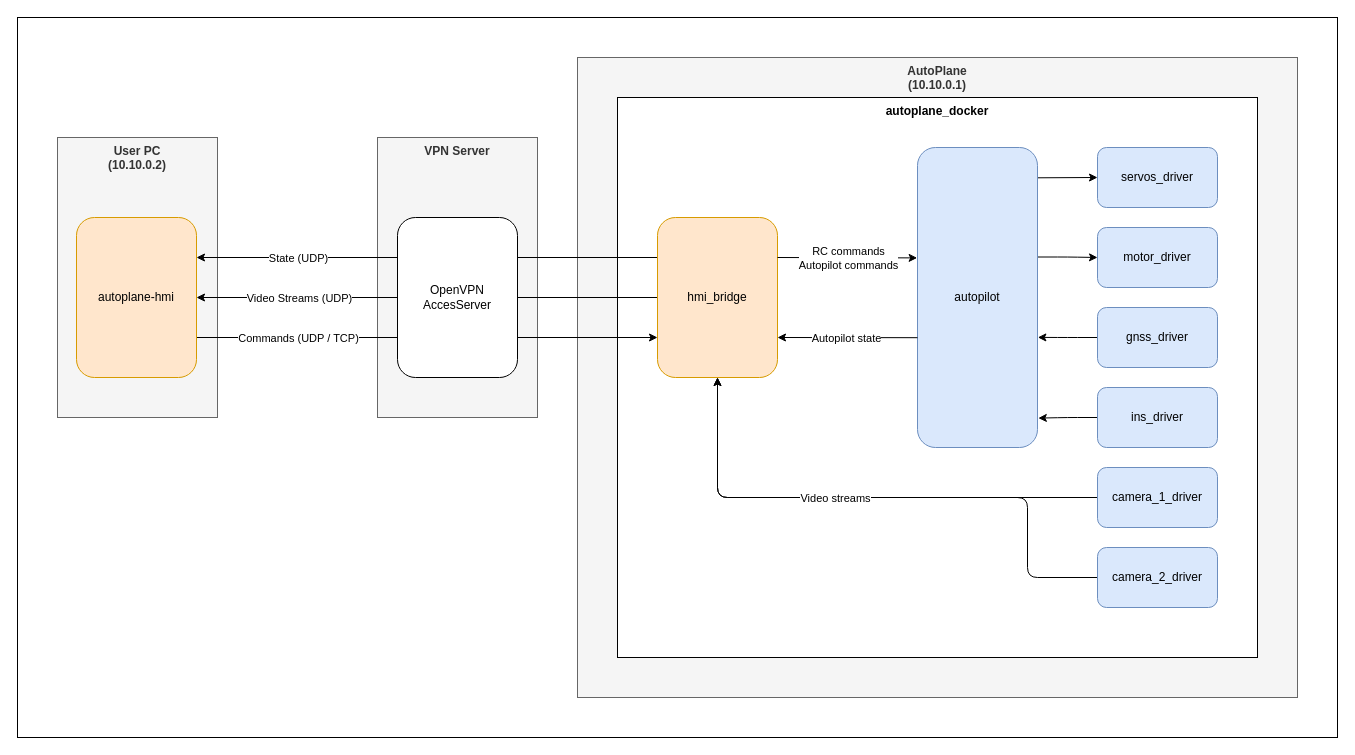
Above: documentation/software/architecture.drawio in AntoineDiers/Autoplane (draw.io), before the change. Source tidied: cells renumbered, new cells numbered last; positions are measured from the earlier drawing's top-left corner, leaving out a move shared by most shapes. Both pictures are drawn from the tidied source at 100%, with x=0, y=0 at pixel (17, 17).
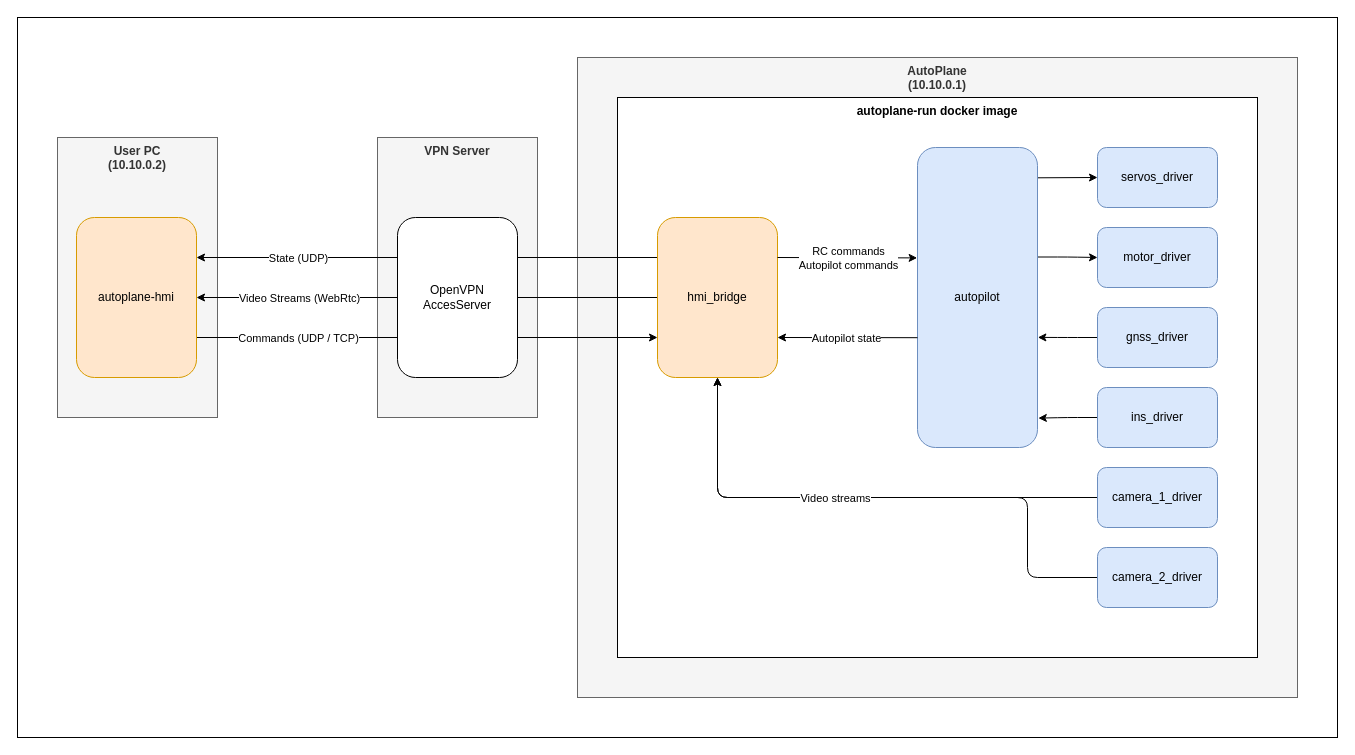
The same page after the edit.

Unchanged cells that the change refers to:
```xml
<mxCell id="12" style="edgeStyle=none;html=1;exitX=0;exitY=0.5;exitDx=0;exitDy=0;entryX=1;entryY=0.5;entryDx=0;entryDy=0;" parent="1" edge="1" source="14" target="9">
  <mxGeometry relative="1" as="geometry" />
</mxCell>
```

Diff of the diagram source:
```diff
@@
-    <mxCell id="4" value="autoplane_docker" style="rounded=0;whiteSpace=wrap;html=1;verticalAlign=top;fontStyle=1;" parent="1" vertex="1">
+    <mxCell id="4" value="autoplane-run docker image" style="rounded=0;whiteSpace=wrap;html=1;verticalAlign=top;fontStyle=1;" parent="1" vertex="1">
       <mxGeometry x="600" y="80" width="640" height="560" as="geometry" />
     </mxCell>
@@
-    <mxCell id="13" value="Video Streams (UDP)" style="edgeLabel;html=1;align=center;verticalAlign=middle;" parent="12" vertex="1">
+    <mxCell id="13" value="Video Streams (WebRtc)" style="edgeLabel;html=1;align=center;verticalAlign=middle;" parent="12" vertex="1">
       <mxGeometry x="0.6" y="-1" relative="1" as="geometry">
         <mxPoint x="10" y="1" as="offset" />
       </mxGeometry>
     </mxCell>
```
